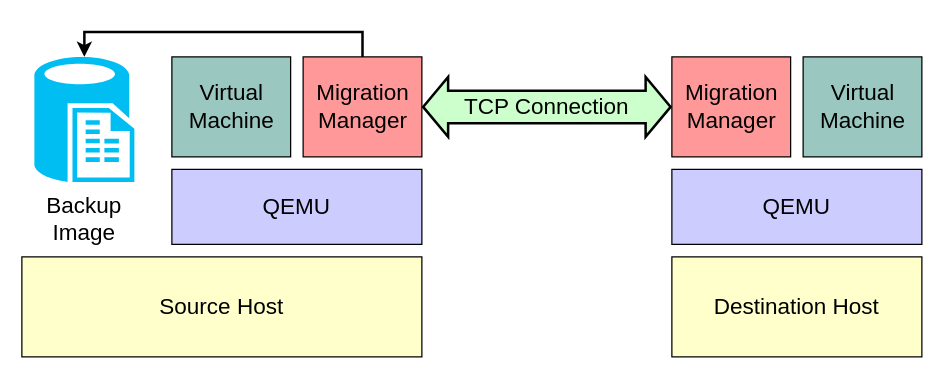
This is patterns/postcopy/postcopy backup architecture.drawio from xuyizhe1999/drawio, a draw.io file, before an edit. Source tidied: cells renumbered, new cells numbered last; positions are measured from the earlier drawing's top-left corner, leaving out a move shared by most shapes. Both pictures are drawn from the tidied source at 125%, with x=0, y=0 at pixel (21, 56).
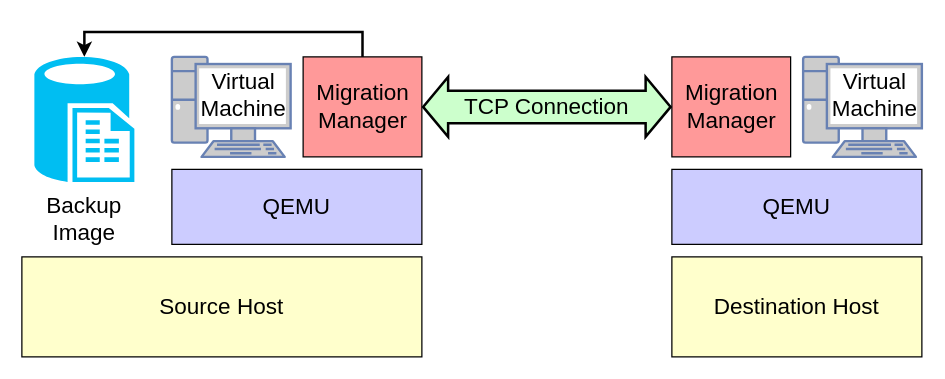
The same diagram, later.

Change to the diagram source:
```diff
@@
-    <mxCell id="6" style="rounded=0;whiteSpace=wrap;html=1;fillColor=#9AC7BF;" parent="1" vertex="1">
-      <mxGeometry x="120" width="95" height="80" as="geometry" />
-    </mxCell>
@@
-    <mxCell id="12" style="rounded=0;whiteSpace=wrap;html=1;fillColor=#9AC7BF;" parent="1" vertex="1">
-      <mxGeometry x="625" width="95" height="80" as="geometry" />
-    </mxCell>
-    <mxCell id="13" value="&lt;font style=&quot;font-size: 18px;&quot;&gt;Virtual Machine&lt;/font&gt;" style="text;html=1;strokeColor=none;fillColor=none;align=center;verticalAlign=middle;whiteSpace=wrap;rounded=0;" parent="1" vertex="1">
-      <mxGeometry x="127.5" y="20" width="80" height="40" as="geometry" />
-    </mxCell>
-    <mxCell id="14" value="&lt;font style=&quot;font-size: 18px;&quot;&gt;Virtual Machine&lt;/font&gt;" style="text;html=1;strokeColor=none;fillColor=none;align=center;verticalAlign=middle;whiteSpace=wrap;rounded=0;" parent="1" vertex="1">
-      <mxGeometry x="632.5" y="20" width="80" height="40" as="geometry" />
-    </mxCell>
@@
+    <mxCell id="21" style="fontColor=#0066CC;verticalAlign=top;verticalLabelPosition=bottom;labelPosition=center;align=center;html=1;fillColor=#CCCCCC;strokeColor=#6881B3;gradientColor=none;gradientDirection=north;strokeWidth=2;shape=mxgraph.networks.pc;fontSize=18;" parent="1" vertex="1">
+      <mxGeometry x="120" width="95" height="80" as="geometry" />
+    </mxCell>
+    <mxCell id="13" value="&lt;font style=&quot;font-size: 18px;&quot;&gt;Virtual Machine&lt;/font&gt;" style="text;html=1;strokeColor=none;fillColor=none;align=center;verticalAlign=middle;whiteSpace=wrap;rounded=0;" parent="1" vertex="1">
+      <mxGeometry x="155" y="20" width="45" height="22.5" as="geometry" />
+    </mxCell>
+    <mxCell id="22" style="fontColor=#0066CC;verticalAlign=top;verticalLabelPosition=bottom;labelPosition=center;align=center;html=1;fillColor=#CCCCCC;strokeColor=#6881B3;gradientColor=none;gradientDirection=north;strokeWidth=2;shape=mxgraph.networks.pc;fontSize=18;" parent="1" vertex="1">
+      <mxGeometry x="625" width="95" height="80" as="geometry" />
+    </mxCell>
+    <mxCell id="14" value="&lt;font style=&quot;font-size: 18px;&quot;&gt;Virtual Machine&lt;/font&gt;" style="text;html=1;strokeColor=none;fillColor=none;align=center;verticalAlign=middle;whiteSpace=wrap;rounded=0;" parent="1" vertex="1">
+      <mxGeometry x="660" y="20" width="45" height="22.5" as="geometry" />
+    </mxCell>
```
